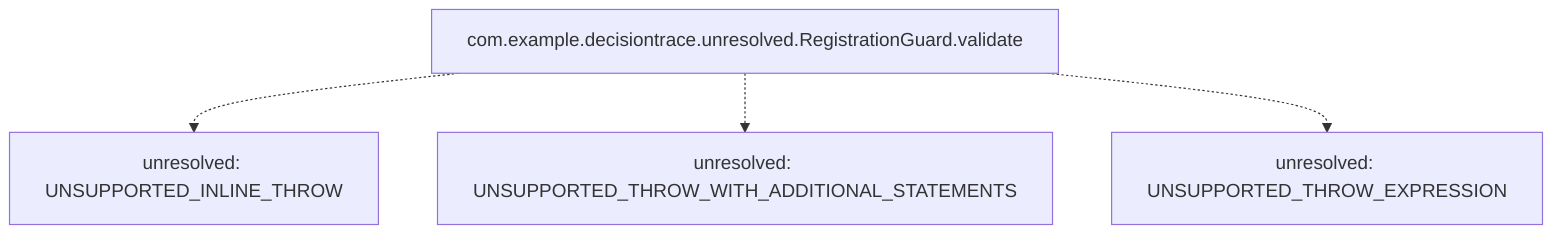
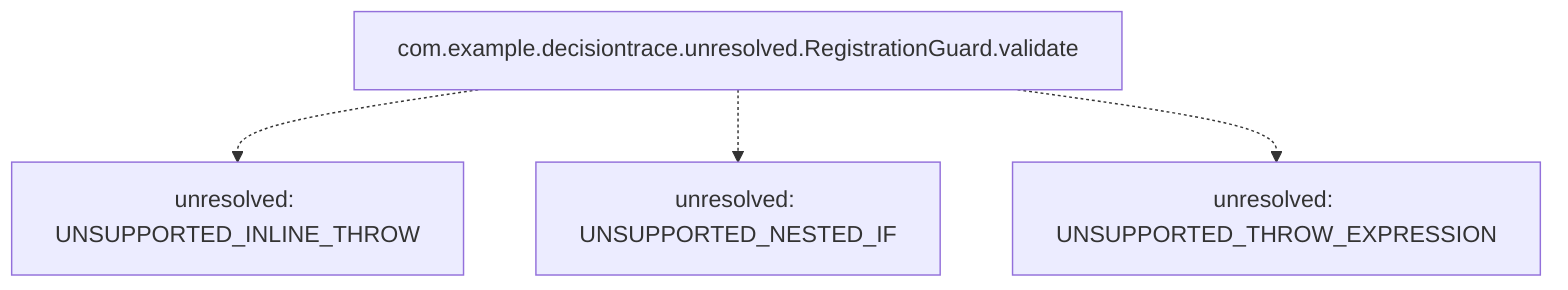
flowchart TD
  entry["com.example.decisiontrace.unresolved.RegistrationGuard.validate"]
  u1["unresolved: UNSUPPORTED_INLINE_THROW"]
  entry -.-> u1
-   u2["unresolved: UNSUPPORTED_THROW_WITH_ADDITIONAL_STATEMENTS"]
+   u2["unresolved: UNSUPPORTED_NESTED_IF"]
  entry -.-> u2
  u3["unresolved: UNSUPPORTED_THROW_EXPRESSION"]
  entry -.-> u3
